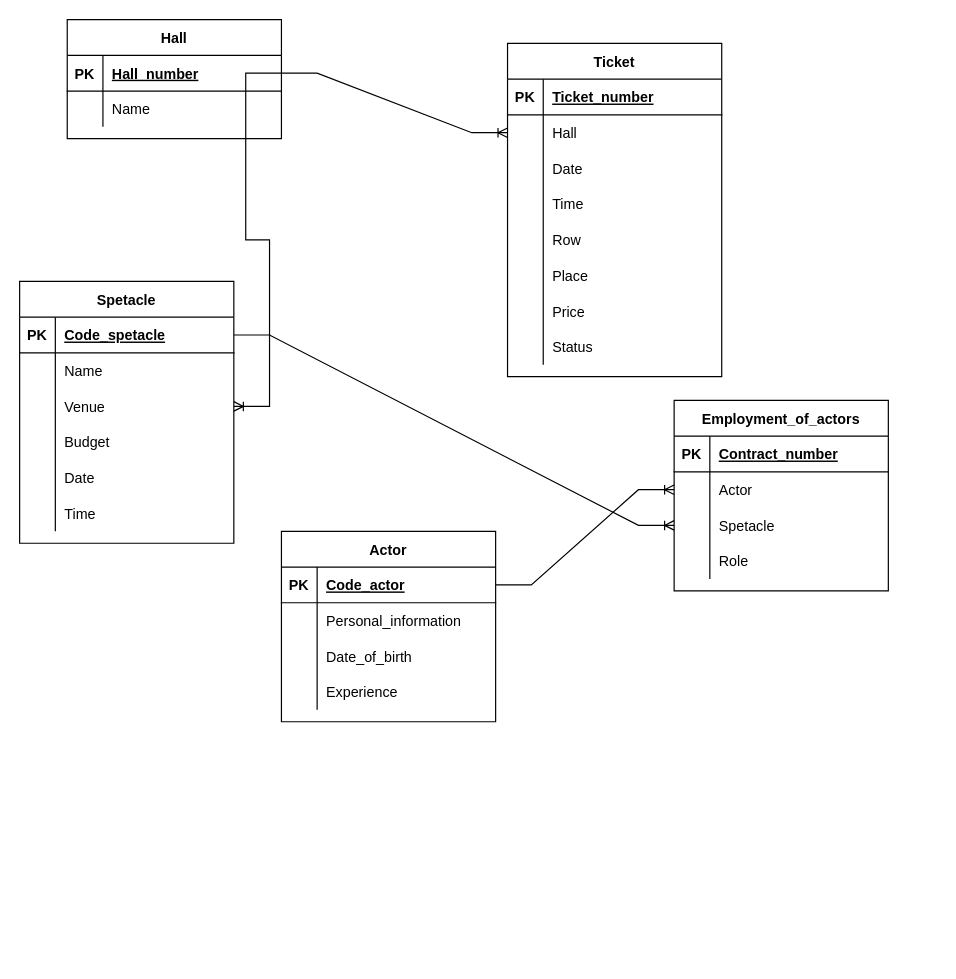
Above: page "Страница 1" (1 of 2) of База данных театра.drawio in MakarovIS/Data-base (draw.io), before the change. Source tidied: cells renumbered, new cells numbered last; positions are measured from the earlier drawing's top-left corner, leaving out a move shared by most shapes. Both pictures are drawn from the tidied source at 119%, with x=0, y=0 at pixel (19, 19).
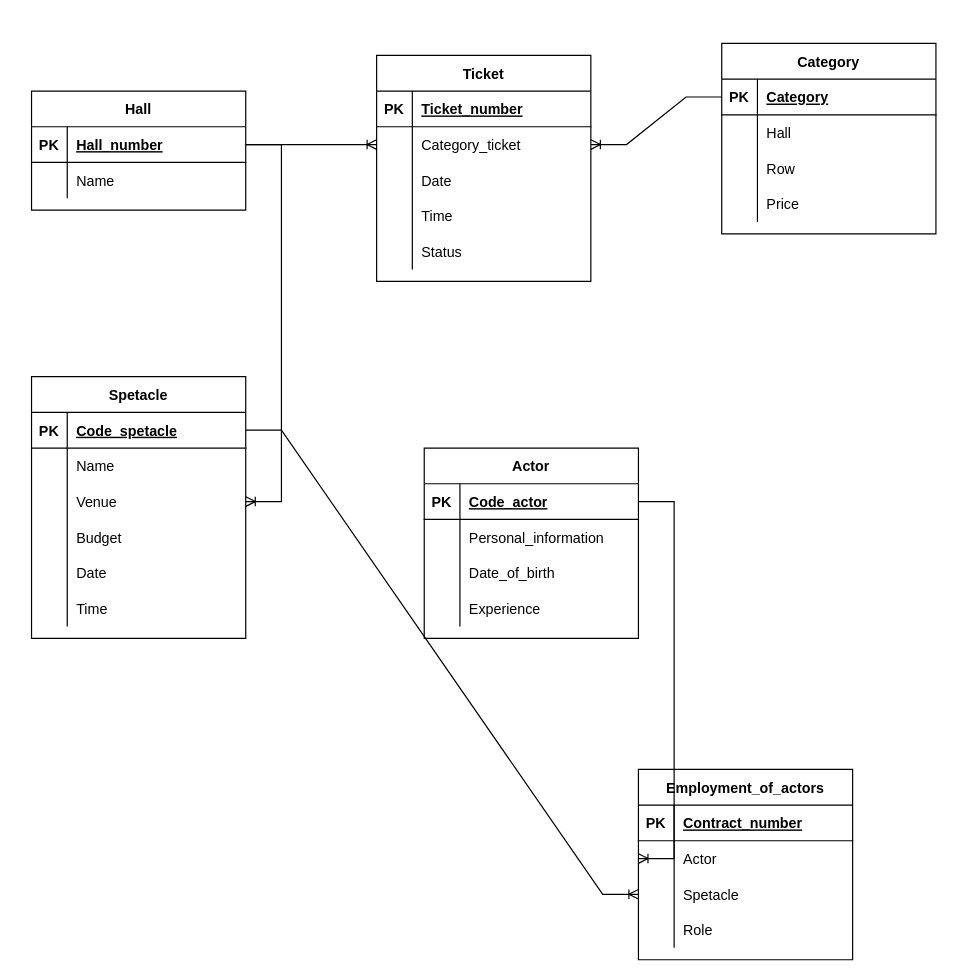
The same diagram, later.

The change refers to these unchanged cells:
```xml
<mxCell id="51" style="shape=tableRow;horizontal=0;startSize=0;swimlaneHead=0;swimlaneBody=0;fillColor=none;points=[[0,0.5],[1,0.5]];portConstraint=eastwest;top=0;left=0;right=0;bottom=0;" parent="47" vertex="1">
  <mxGeometry y="60" width="180" height="30" as="geometry" />
</mxCell>
```

The edit, as a diff of the source:
```diff
@@
     <mxCell id="2" value="Actor" style="shape=table;startSize=30;childLayout=tableLayout;rowLines=0;fontStyle=1;align=center;" parent="1" vertex="1">
-      <mxGeometry x="220" y="430" width="180" height="160" as="geometry" />
+      <mxGeometry x="340" y="360" width="180" height="160" as="geometry" />
     </mxCell>
@@
     <mxCell id="15" value="Employment_of_actors" style="shape=table;startSize=30;childLayout=tableLayout;rowLines=0;fontStyle=1;align=center;" parent="1" vertex="1">
-      <mxGeometry x="550" y="320" width="180" height="160" as="geometry" />
+      <mxGeometry x="520" y="630" width="180" height="160" as="geometry" />
     </mxCell>
@@
     <mxCell id="28" value="Spetacle" style="shape=table;startSize=30;childLayout=tableLayout;rowLines=0;fontStyle=1;align=center;" parent="1" vertex="1">
-      <mxGeometry y="220" width="180" height="220" as="geometry" />
+      <mxGeometry x="10" y="300" width="180" height="220" as="geometry" />
     </mxCell>
@@
     <mxCell id="47" value="Ticket" style="shape=table;startSize=30;childLayout=tableLayout;rowLines=0;fontStyle=1;align=center;" parent="1" vertex="1">
-      <mxGeometry x="410" y="20" width="180" height="280" as="geometry" />
+      <mxGeometry x="300" y="30" width="180" height="190" as="geometry" />
     </mxCell>
@@
-    <mxCell id="53" value="Hall" style="shape=partialRectangle;fillColor=none;top=0;left=0;bottom=0;right=0;align=left;spacingLeft=6;overflow=hidden;" parent="51" vertex="1">
+    <mxCell id="53" value="Category_ticket" style="shape=partialRectangle;fillColor=none;top=0;left=0;bottom=0;right=0;align=left;spacingLeft=6;overflow=hidden;" parent="51" vertex="1">
       <mxGeometry x="30" width="150" height="30" as="geometry" />
     </mxCell>
@@
-    <mxCell id="60" style="shape=tableRow;horizontal=0;startSize=0;swimlaneHead=0;swimlaneBody=0;fillColor=none;top=0;left=0;right=0;bottom=0;" parent="47" vertex="1">
-      <mxGeometry y="150" width="180" height="30" as="geometry" />
-    </mxCell>
-    <mxCell id="61" style="shape=partialRectangle;fillColor=none;top=0;left=0;bottom=0;right=0;overflow=hidden;" parent="60" vertex="1">
-      <mxGeometry width="30" height="30" as="geometry" />
-    </mxCell>
-    <mxCell id="62" value="Row" style="shape=partialRectangle;fillColor=none;top=0;left=0;bottom=0;right=0;align=left;spacingLeft=6;overflow=hidden;" parent="60" vertex="1">
-      <mxGeometry x="30" width="150" height="30" as="geometry" />
-    </mxCell>
-    <mxCell id="63" style="shape=tableRow;horizontal=0;startSize=0;swimlaneHead=0;swimlaneBody=0;fillColor=none;top=0;left=0;right=0;bottom=0;" parent="47" vertex="1">
-      <mxGeometry y="180" width="180" height="30" as="geometry" />
-    </mxCell>
-    <mxCell id="64" style="shape=partialRectangle;fillColor=none;top=0;left=0;bottom=0;right=0;overflow=hidden;" parent="63" vertex="1">
-      <mxGeometry width="30" height="30" as="geometry" />
-    </mxCell>
-    <mxCell id="65" value="Place" style="shape=partialRectangle;fillColor=none;top=0;left=0;bottom=0;right=0;align=left;spacingLeft=6;overflow=hidden;" parent="63" vertex="1">
-      <mxGeometry x="30" width="150" height="30" as="geometry" />
-    </mxCell>
-    <mxCell id="66" style="shape=tableRow;horizontal=0;startSize=0;swimlaneHead=0;swimlaneBody=0;fillColor=none;top=0;left=0;right=0;bottom=0;" parent="47" vertex="1">
-      <mxGeometry y="210" width="180" height="30" as="geometry" />
-    </mxCell>
-    <mxCell id="67" style="shape=partialRectangle;fillColor=none;top=0;left=0;bottom=0;right=0;overflow=hidden;" parent="66" vertex="1">
-      <mxGeometry width="30" height="30" as="geometry" />
-    </mxCell>
-    <mxCell id="68" value="Price" style="shape=partialRectangle;fillColor=none;top=0;left=0;bottom=0;right=0;align=left;spacingLeft=6;overflow=hidden;" parent="66" vertex="1">
-      <mxGeometry x="30" width="150" height="30" as="geometry" />
-    </mxCell>
     <mxCell id="69" style="shape=tableRow;horizontal=0;startSize=0;swimlaneHead=0;swimlaneBody=0;fillColor=none;top=0;left=0;right=0;bottom=0;" parent="47" vertex="1">
-      <mxGeometry y="240" width="180" height="30" as="geometry" />
+      <mxGeometry y="150" width="180" height="30" as="geometry" />
     </mxCell>
@@
     <mxCell id="72" value="Hall" style="shape=table;startSize=30;childLayout=tableLayout;rowLines=0;fontStyle=1;align=center;" parent="1" vertex="1">
-      <mxGeometry x="40" width="180" height="100" as="geometry" />
+      <mxGeometry x="10" y="60" width="180" height="100" as="geometry" />
     </mxCell>
@@
+    <mxCell id="83" value="Category" style="shape=table;startSize=30;childLayout=tableLayout;rowLines=0;fontStyle=1;align=center;" parent="1" vertex="1">
+      <mxGeometry x="590" y="20" width="180" height="160" as="geometry" />
+    </mxCell>
+    <mxCell id="84" style="shape=tableRow;horizontal=0;startSize=0;swimlaneHead=0;swimlaneBody=0;fillColor=none;points=[[0,0.5],[1,0.5]];portConstraint=eastwest;top=0;left=0;right=0;bottom=1;" parent="83" vertex="1">
+      <mxGeometry y="30" width="180" height="30" as="geometry" />
+    </mxCell>
+    <mxCell id="85" value="PK" style="shape=partialRectangle;fillColor=none;top=0;left=0;bottom=0;right=0;fontStyle=1;overflow=hidden;" parent="84" vertex="1">
+      <mxGeometry width="30" height="30" as="geometry" />
+    </mxCell>
+    <mxCell id="86" value="Category" style="shape=partialRectangle;fillColor=none;top=0;left=0;bottom=0;right=0;align=left;spacingLeft=6;fontStyle=5;overflow=hidden;" parent="84" vertex="1">
+      <mxGeometry x="30" width="150" height="30" as="geometry" />
+    </mxCell>
+    <mxCell id="87" style="shape=tableRow;horizontal=0;startSize=0;swimlaneHead=0;swimlaneBody=0;fillColor=none;top=0;left=0;right=0;bottom=0;" parent="83" vertex="1">
+      <mxGeometry y="60" width="180" height="30" as="geometry" />
+    </mxCell>
+    <mxCell id="88" style="shape=partialRectangle;fillColor=none;top=0;left=0;bottom=0;right=0;overflow=hidden;" parent="87" vertex="1">
+      <mxGeometry width="30" height="30" as="geometry" />
+    </mxCell>
+    <mxCell id="89" value="Hall" style="shape=partialRectangle;fillColor=none;top=0;left=0;bottom=0;right=0;align=left;spacingLeft=6;overflow=hidden;" parent="87" vertex="1">
+      <mxGeometry x="30" width="150" height="30" as="geometry" />
+    </mxCell>
+    <mxCell id="90" style="shape=tableRow;horizontal=0;startSize=0;swimlaneHead=0;swimlaneBody=0;fillColor=none;top=0;left=0;right=0;bottom=0;" parent="83" vertex="1">
+      <mxGeometry y="90" width="180" height="30" as="geometry" />
+    </mxCell>
+    <mxCell id="91" style="shape=partialRectangle;fillColor=none;top=0;left=0;bottom=0;right=0;overflow=hidden;" parent="90" vertex="1">
+      <mxGeometry width="30" height="30" as="geometry" />
+    </mxCell>
+    <mxCell id="62" value="Row" style="shape=partialRectangle;fillColor=none;top=0;left=0;bottom=0;right=0;align=left;spacingLeft=6;overflow=hidden;" parent="90" vertex="1">
+      <mxGeometry x="30" width="150" height="30" as="geometry" />
+    </mxCell>
+    <mxCell id="92" style="shape=tableRow;horizontal=0;startSize=0;swimlaneHead=0;swimlaneBody=0;fillColor=none;top=0;left=0;right=0;bottom=0;" parent="83" vertex="1">
+      <mxGeometry y="120" width="180" height="30" as="geometry" />
+    </mxCell>
+    <mxCell id="93" style="shape=partialRectangle;fillColor=none;top=0;left=0;bottom=0;right=0;overflow=hidden;" parent="92" vertex="1">
+      <mxGeometry width="30" height="30" as="geometry" />
+    </mxCell>
+    <mxCell id="68" value="Price" style="shape=partialRectangle;fillColor=none;top=0;left=0;bottom=0;right=0;align=left;spacingLeft=6;overflow=hidden;" parent="92" vertex="1">
+      <mxGeometry x="30" width="150" height="30" as="geometry" />
+    </mxCell>
+    <mxCell id="94" style="edgeStyle=entityRelationEdgeStyle;fontSize=12;html=1;endArrow=ERoneToMany;rounded=0;exitX=0;exitY=0.5;exitDx=0;exitDy=0;entryX=1;entryY=0.5;entryDx=0;entryDy=0;" parent="1" edge="1" source="84" target="51">
+      <mxGeometry relative="1" as="geometry" />
+    </mxCell>
```
